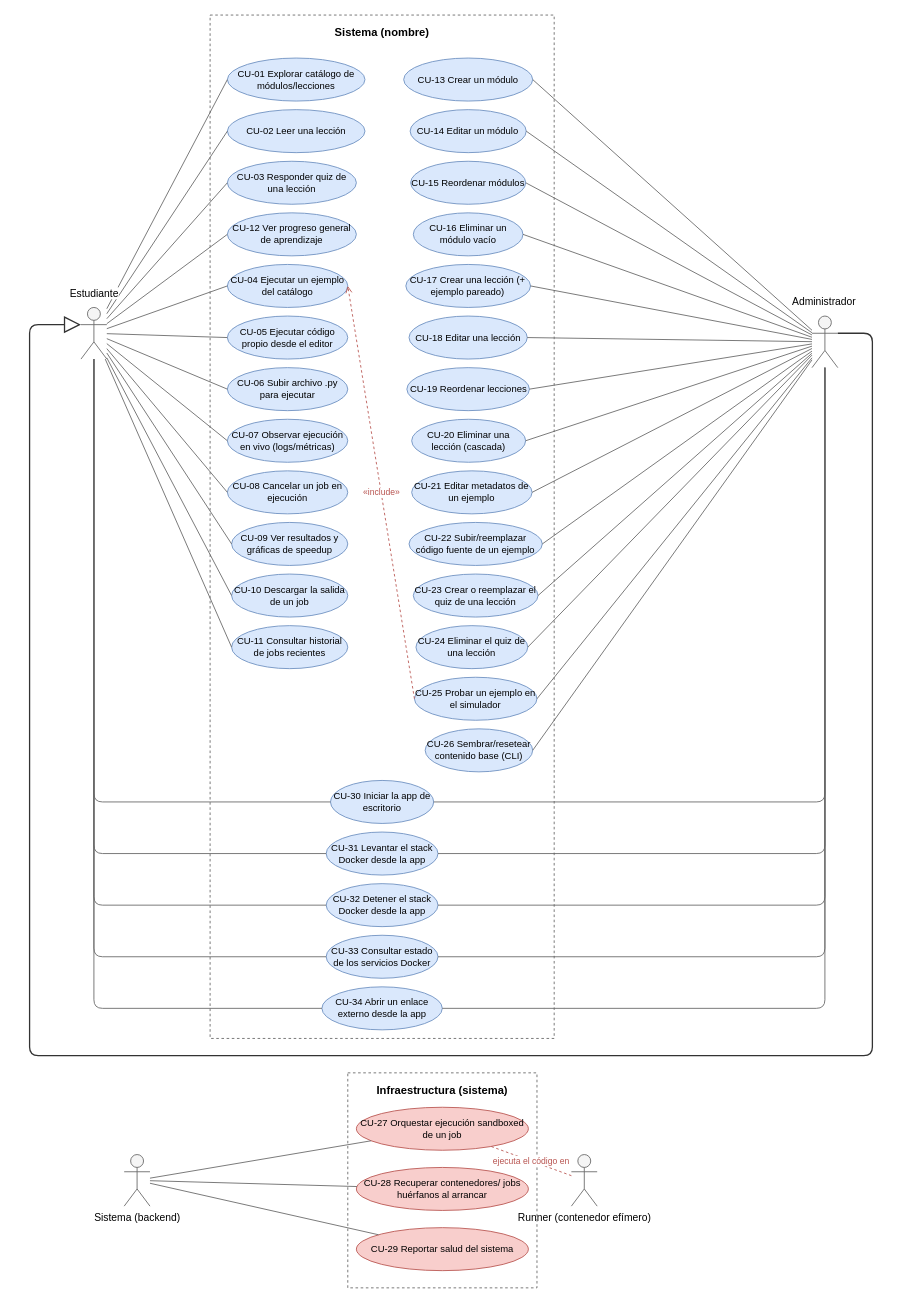
This is e-hpc/docs/diagrams/casos-de-uso.drawio from JorgeHSLA/tesis, a draw.io file, before an edit. Source tidied: cells renumbered, new cells numbered last; positions are measured from the earlier drawing's top-left corner, leaving out a move shared by most shapes. Both pictures are drawn from the tidied source at 86%, with x=0, y=0 at pixel (29, 15).
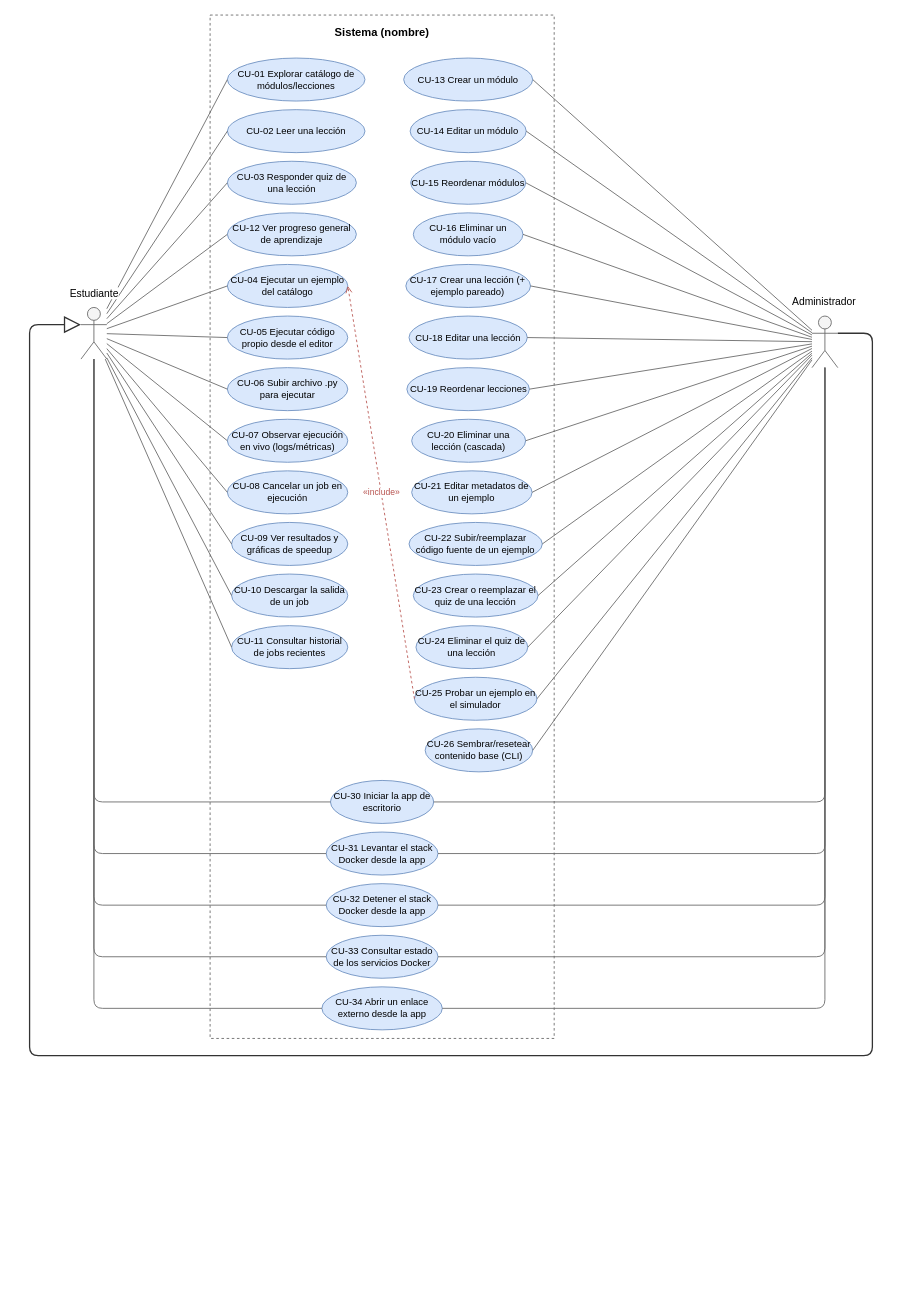
The same diagram, later.

Commit message:
refactor(diagram): update layout and remove unused actors in use case diagram for E-HPC

Change to the diagram source:
```diff
@@
-    <mxCell id="5" value="Sistema (backend)" style="shape=umlActor;verticalLabelPosition=bottom;labelBackgroundColor=#ffffff;verticalAlign=top;html=1;outlineConnect=0;fillColor=#f5f5f5;strokeColor=#666666;" parent="1" vertex="1">
-      <mxGeometry x="109.9" y="1325" width="30" height="60" as="geometry" />
-    </mxCell>
-    <mxCell id="6" value="Runner (contenedor efímero)" style="shape=umlActor;verticalLabelPosition=bottom;labelBackgroundColor=#ffffff;verticalAlign=top;html=1;outlineConnect=0;fillColor=#f5f5f5;strokeColor=#666666;" parent="1" vertex="1">
-      <mxGeometry x="629.9" y="1325" width="30" height="60" as="geometry" />
-    </mxCell>
-    <mxCell id="7" value="Infraestructura (sistema)" style="rounded=0;whiteSpace=wrap;html=1;verticalAlign=top;align=center;fontStyle=1;fontSize=13;fillColor=none;strokeColor=#666666;dashed=1;spacingTop=6;" parent="1" vertex="1">
-      <mxGeometry x="369.9" y="1230" width="220" height="250" as="geometry" />
-    </mxCell>
@@
-    <mxCell id="34" value="CU-27 Orquestar ejecución sandboxed de un job" style="ellipse;whiteSpace=wrap;html=1;fillColor=#f8cecc;strokeColor=#b85450;fontSize=11;" parent="1" vertex="1">
-      <mxGeometry x="379.9" y="1270" width="200" height="50" as="geometry" />
-    </mxCell>
-    <mxCell id="35" value="CU-28 Recuperar contenedores/ jobs huérfanos al arrancar" style="ellipse;whiteSpace=wrap;html=1;fillColor=#f8cecc;strokeColor=#b85450;fontSize=11;" parent="1" vertex="1">
-      <mxGeometry x="379.9" y="1340" width="200" height="50" as="geometry" />
-    </mxCell>
-    <mxCell id="36" value="CU-29 Reportar salud del sistema" style="ellipse;whiteSpace=wrap;html=1;fillColor=#f8cecc;strokeColor=#b85450;fontSize=11;" parent="1" vertex="1">
-      <mxGeometry x="379.9" y="1410" width="200" height="50" as="geometry" />
-    </mxCell>
@@
-    <mxCell id="63" style="endArrow=none;html=1;strokeColor=#666666;strokeWidth=1;" parent="1" edge="1" source="5" target="34">
-      <mxGeometry relative="1" as="geometry" />
-    </mxCell>
-    <mxCell id="64" style="endArrow=none;html=1;strokeColor=#666666;strokeWidth=1;" parent="1" edge="1" source="5" target="35">
-      <mxGeometry relative="1" as="geometry" />
-    </mxCell>
-    <mxCell id="65" style="endArrow=none;html=1;strokeColor=#666666;strokeWidth=1;" parent="1" edge="1" source="5" target="36">
-      <mxGeometry relative="1" as="geometry" />
-    </mxCell>
-    <mxCell id="66" value="ejecuta el código en" style="endArrow=none;dashed=1;html=1;strokeColor=#b85450;fontColor=#b85450;fontSize=10;" parent="1" edge="1" source="6" target="34">
-      <mxGeometry relative="1" as="geometry" />
-    </mxCell>
```
